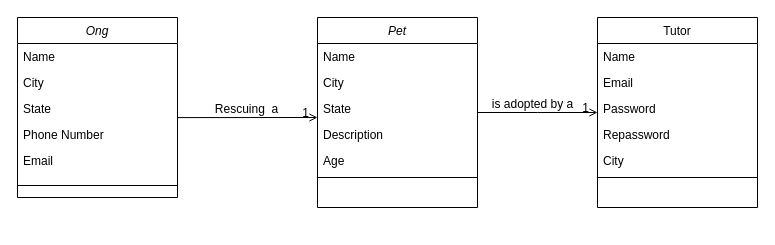
Above: Api_Pet_Bussines.drawio in Gabrielbprado/Adopt-Pet.Api (draw.io), before the change. Source tidied: cells renumbered, new cells numbered last; positions are measured from the earlier drawing's top-left corner, leaving out a move shared by most shapes. Both pictures are drawn from the tidied source at 100%, with x=0, y=0 at pixel (17, 17).
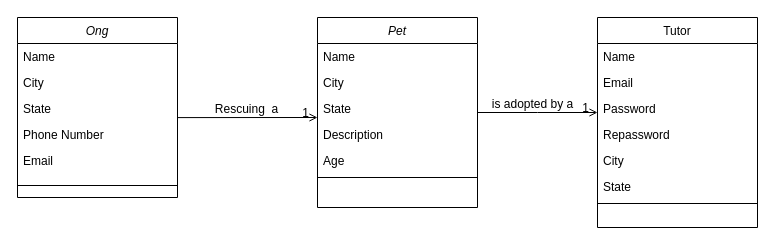
The same page after the edit.

Diff of the diagram source:
```diff
@@
     <mxCell id="9" value="Tutor" style="swimlane;fontStyle=0;align=center;verticalAlign=top;horizontal=1;startSize=26;rounded=0;shadow=0;strokeWidth=1;" parent="1" vertex="1">
-      <mxGeometry x="580" width="160" height="190" as="geometry" />
+      <mxGeometry x="580" width="160" height="210" as="geometry" />
     </mxCell>
@@
+    <mxCell id="29" value="State" style="text;align=left;verticalAlign=top;spacingLeft=4;spacingRight=4;overflow=hidden;rounded=0;shadow=0;html=0;" parent="9" vertex="1">
+      <mxGeometry y="156" width="160" height="26" as="geometry" />
+    </mxCell>
     <mxCell id="15" style="line;html=1;strokeWidth=1;align=left;verticalAlign=middle;spacingTop=-1;spacingLeft=3;spacingRight=3;labelPosition=right;" parent="9" vertex="1">
-      <mxGeometry y="156" width="160" height="8" as="geometry" />
+      <mxGeometry y="182" width="160" height="8" as="geometry" />
     </mxCell>
```
